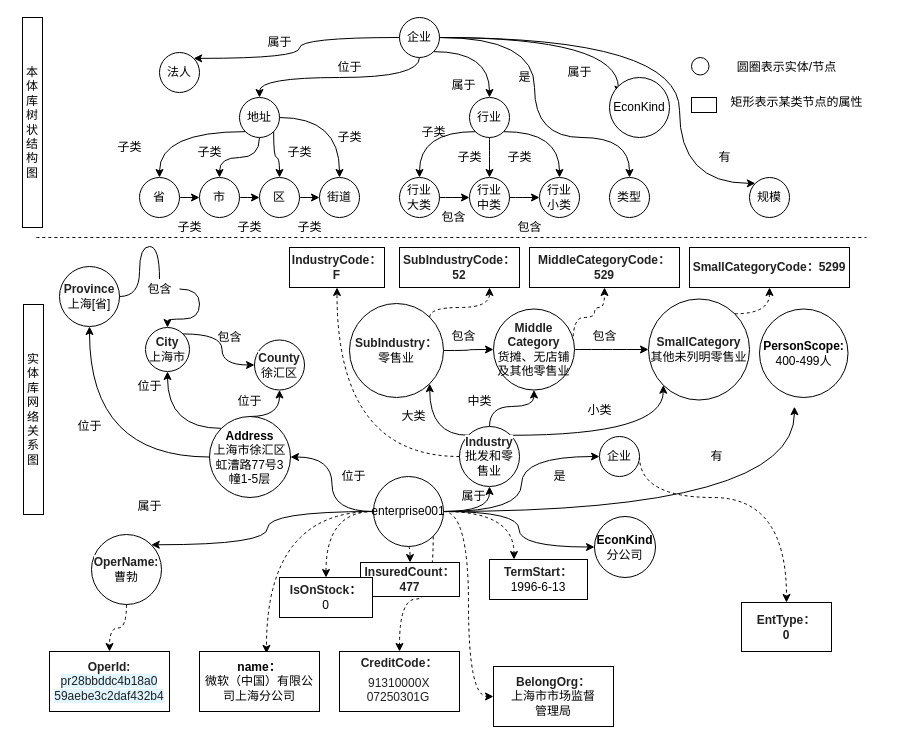
Before: Untitled Diagram.drawio in CastleDream/Blog_Study, a draw.io diagram. Source tidied: cells renumbered, new cells numbered last; positions are measured from the earlier drawing's top-left corner, leaving out a move shared by most shapes. Both pictures are drawn from the tidied source at 100%, with x=0, y=0 at pixel (22, 17).
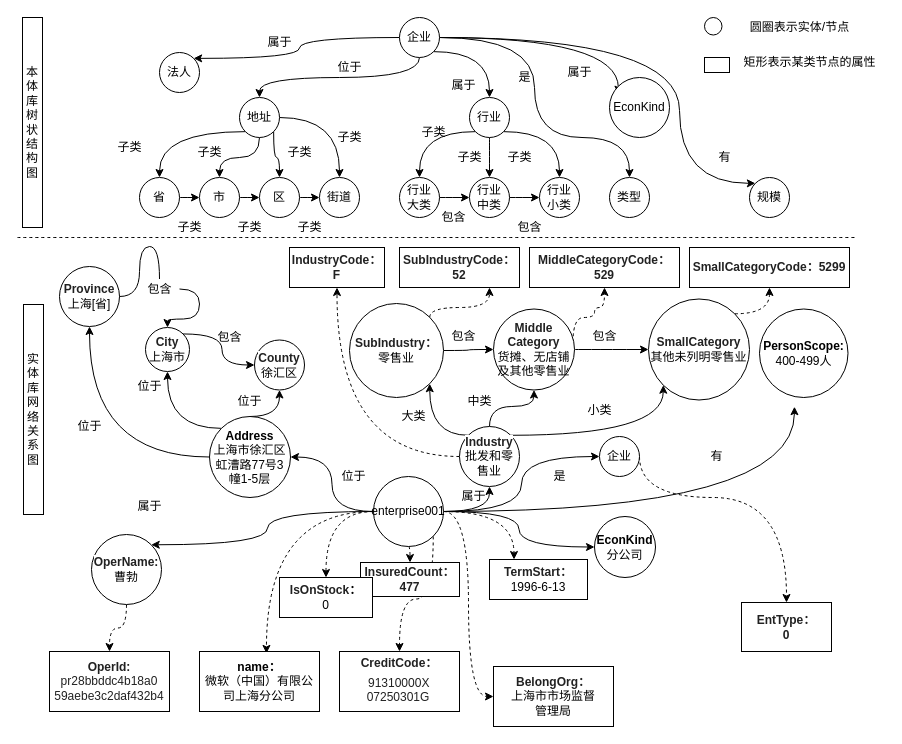
After the change.

What changed in the source:
```diff
@@
     <mxCell id="23" style="endArrow=none;dashed=1;html=1;rounded=0;curved=1;" parent="1" edge="1">
       <mxGeometry relative="1" as="geometry">
-        <mxPoint x="14" y="220" as="sourcePoint" />
-        <mxPoint x="844" y="220" as="targetPoint" />
+        <mxPoint x="-5" y="220" as="sourcePoint" />
+        <mxPoint x="835" y="220" as="targetPoint" />
       </mxGeometry>
     </mxCell>
@@
     <mxCell id="93" style="ellipse;whiteSpace=wrap;html=1;" parent="1" vertex="1">
-      <mxGeometry x="669" y="40" width="17.5" height="17.5" as="geometry" />
+      <mxGeometry x="682" width="17.5" height="17.5" as="geometry" />
     </mxCell>
     <mxCell id="94" value="圆圈表示实体/节点" style="text;html=1;align=center;verticalAlign=middle;fillColor=none;strokeColor=none;rounded=0;" parent="1" vertex="1">
-      <mxGeometry x="709" y="40" width="110" height="20" as="geometry" />
+      <mxGeometry x="722" width="110" height="20" as="geometry" />
     </mxCell>
     <mxCell id="95" style="rounded=0;whiteSpace=wrap;html=1;" parent="1" vertex="1">
-      <mxGeometry x="669" y="80" width="25" height="15" as="geometry" />
+      <mxGeometry x="682" y="40" width="25" height="15" as="geometry" />
     </mxCell>
     <mxCell id="96" value="矩形表示某类节点的属性" style="text;html=1;align=center;verticalAlign=middle;fillColor=none;strokeColor=none;rounded=0;" parent="1" vertex="1">
-      <mxGeometry x="699" y="75" width="150" height="20" as="geometry" />
+      <mxGeometry x="712" y="35" width="150" height="20" as="geometry" />
     </mxCell>
@@
-    <mxCell id="111" value="&lt;span style=&quot;color: rgba(0 , 0 , 0 , 0.87) ; font-family: , &amp;#34;blinkmacsystemfont&amp;#34; , &amp;#34;segoe ui&amp;#34; , &amp;#34;helvetica&amp;#34; , &amp;#34;arial&amp;#34; , sans-serif , &amp;#34;apple color emoji&amp;#34; , &amp;#34;segoe ui emoji&amp;#34; , &amp;#34;segoe ui symbol&amp;#34; ; font-weight: 700 ; text-align: right ; background-color: rgb(255 , 255 , 255)&quot;&gt;OperId:&lt;br&gt;&lt;/span&gt;&lt;span style=&quot;color: rgba(0 , 0 , 0 , 0.87) ; font-family: , &amp;#34;blinkmacsystemfont&amp;#34; , &amp;#34;segoe ui&amp;#34; , &amp;#34;helvetica&amp;#34; , &amp;#34;arial&amp;#34; , sans-serif , &amp;#34;apple color emoji&amp;#34; , &amp;#34;segoe ui emoji&amp;#34; , &amp;#34;segoe ui symbol&amp;#34; ; text-align: right ; background-color: rgb(225 , 245 , 254)&quot;&gt;pr28bbddc4b18a0&lt;br&gt;59aebe3c2daf432b4&lt;/span&gt;&lt;span style=&quot;color: rgba(0 , 0 , 0 , 0.87) ; font-family: , &amp;#34;blinkmacsystemfont&amp;#34; , &amp;#34;segoe ui&amp;#34; , &amp;#34;helvetica&amp;#34; , &amp;#34;arial&amp;#34; , sans-serif , &amp;#34;apple color emoji&amp;#34; , &amp;#34;segoe ui emoji&amp;#34; , &amp;#34;segoe ui symbol&amp;#34; ; font-weight: 700 ; text-align: right ; background-color: rgb(255 , 255 , 255)&quot;&gt;&lt;br&gt;&lt;/span&gt;" style="whiteSpace=wrap;html=1;" parent="1" vertex="1">
+    <mxCell id="111" value="&lt;span style=&quot;color: rgba(0 , 0 , 0 , 0.87) ; font-weight: 700 ; text-align: right&quot;&gt;OperId:&lt;br&gt;&lt;/span&gt;&lt;span style=&quot;color: rgba(0 , 0 , 0 , 0.87) ; text-align: right&quot;&gt;pr28bbddc4b18a0&lt;br&gt;59aebe3c2daf432b4&lt;/span&gt;&lt;span style=&quot;color: rgba(0 , 0 , 0 , 0.87) ; font-family: , &amp;#34;blinkmacsystemfont&amp;#34; , &amp;#34;segoe ui&amp;#34; , &amp;#34;helvetica&amp;#34; , &amp;#34;arial&amp;#34; , sans-serif , &amp;#34;apple color emoji&amp;#34; , &amp;#34;segoe ui emoji&amp;#34; , &amp;#34;segoe ui symbol&amp;#34; ; font-weight: 700 ; text-align: right ; background-color: rgb(255 , 255 , 255)&quot;&gt;&lt;br&gt;&lt;/span&gt;" style="whiteSpace=wrap;html=1;" parent="1" vertex="1">
       <mxGeometry x="27" y="634" width="120" height="60" as="geometry" />
     </mxCell>
```
